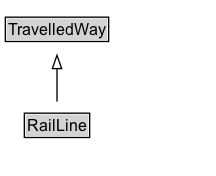
Before: docs/diagrams/RailLine.dot.png, a diagram exported from Graphviz (ISO-TC204/ontology-cdm-p2-v1). Its source is kept beside it as docs/diagrams/RailLine.dot.
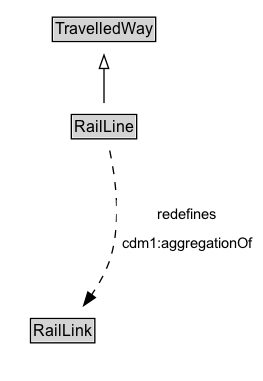
The same file after the commit.

Diff of the diagram source:
```diff
@@ -3,13 +3,21 @@
 	node [fontname=Arial fontsize=12 margin=0 shape=none]
 	edge [fontname=Arial fontsize=11]
 	{
+		rank=source
+		TravelledWay [label=<<TABLE BORDER="1" CELLBORDER="0" CELLSPACING="0" CELLPADDING="1"><TR><TD BGCOLOR="lightgray" ALIGN="CENTER">TravelledWay</TD></TR></TABLE>> URL="../TravelledWay" margin=0]
+	}
+	RailLine [label=<<TABLE BORDER="1" CELLBORDER="0" CELLSPACING="0" CELLPADDING="1"><TR><TD BGCOLOR="lightgray" ALIGN="CENTER">RailLine</TD></TR></TABLE>> URL="../RailLine" margin=0]
+	{
 		rank=max
-		RailLine [label=<<TABLE BORDER="1" CELLBORDER="0" CELLSPACING="0" CELLPADDING="1"><TR><TD BGCOLOR="lightgray" ALIGN="CENTER" PORT="e">RailLine</TD></TR></TABLE>> URL="../RailLine.md" margin=0]
 	}
 	subgraph cluster_associated {
 		label="" style=invis
 		Invis [label=<<TABLE BORDER="0" CELLBORDER="0" CELLSPACING="0" CELLPADDING="1"><TR><TD></TD></TR></TABLE>> margin=0 style=invis]
+		RailLink [label=<<TABLE BORDER="1" CELLBORDER="0" CELLSPACING="0" CELLPADDING="1"><TR><TD BGCOLOR="lightgray" ALIGN="CENTER">RailLink</TD></TR></TABLE>> URL="../RailLink" margin=0]
 	}
-	TravelledWay [label=<<TABLE BORDER="1" CELLBORDER="0" CELLSPACING="0" CELLPADDING="1"><TR><TD BGCOLOR="lightgray" ALIGN="CENTER">TravelledWay</TD></TR></TABLE>> URL="../TravelledWay.md" margin=0]
 	RailLine -> TravelledWay [arrowhead=onormal style=solid]
+	RailLine -> Invis [style=invis]
+	Invis -> RailLink [style=invis]
+	RailLink [label=<<TABLE BORDER="1" CELLBORDER="0" CELLSPACING="0" CELLPADDING="1"><TR><TD BGCOLOR="lightgray" ALIGN="CENTER">RailLink</TD></TR></TABLE>> URL="../RailLink" margin=0]
+	RailLine -> RailLink [label=<<TABLE BORDER="0" CELLBORDER="0" CELLSPACING="0" CELLPADDING="4" BGCOLOR="white"><TR><TD ALIGN="CENTER">redefines</TD></TR><TR><TD ALIGN="CENTER">cdm1:aggregationOf</TD></TR></TABLE>> arrowhead=normal style=dashed]
 }
```
